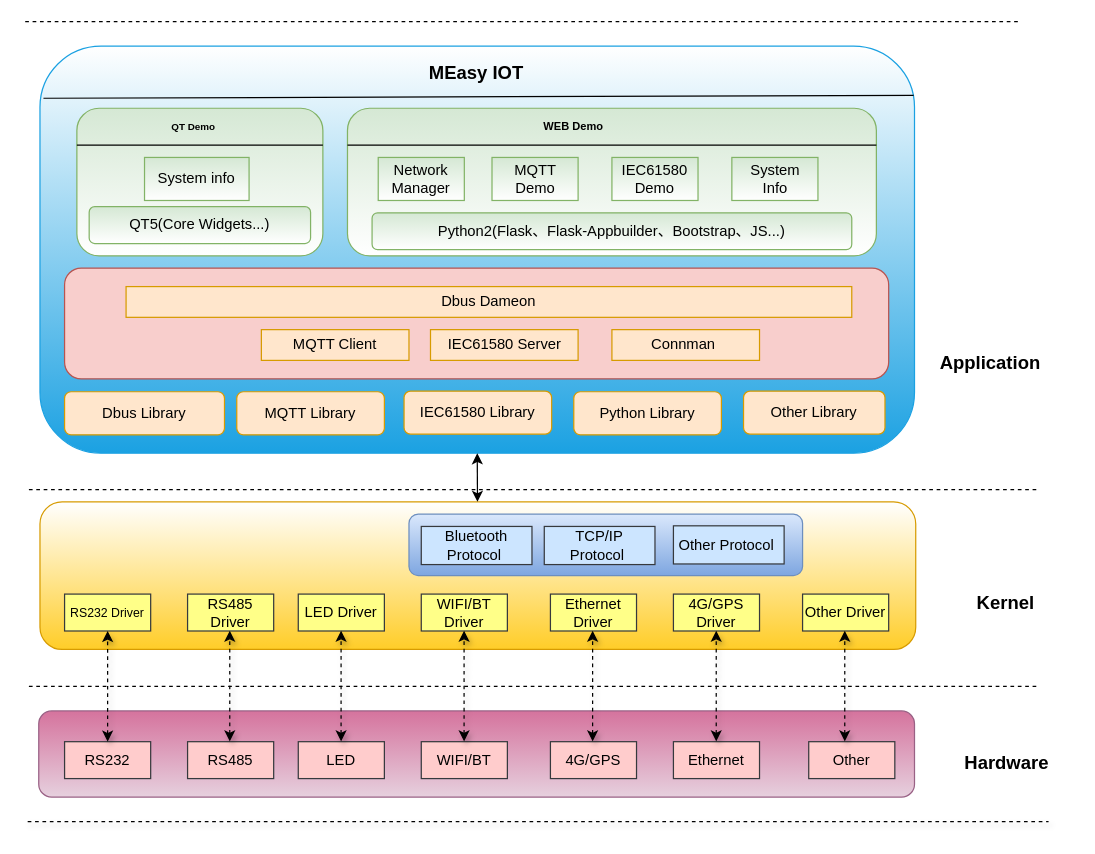
Earlier version of the draw.io diagram iot.drawio (long585/gitlearn). Source tidied: cells renumbered, new cells numbered last; positions are measured from the earlier drawing's top-left corner, leaving out a move shared by most shapes. Both pictures are drawn from the tidied source at 123%, with x=0, y=0 at pixel (21, 21).
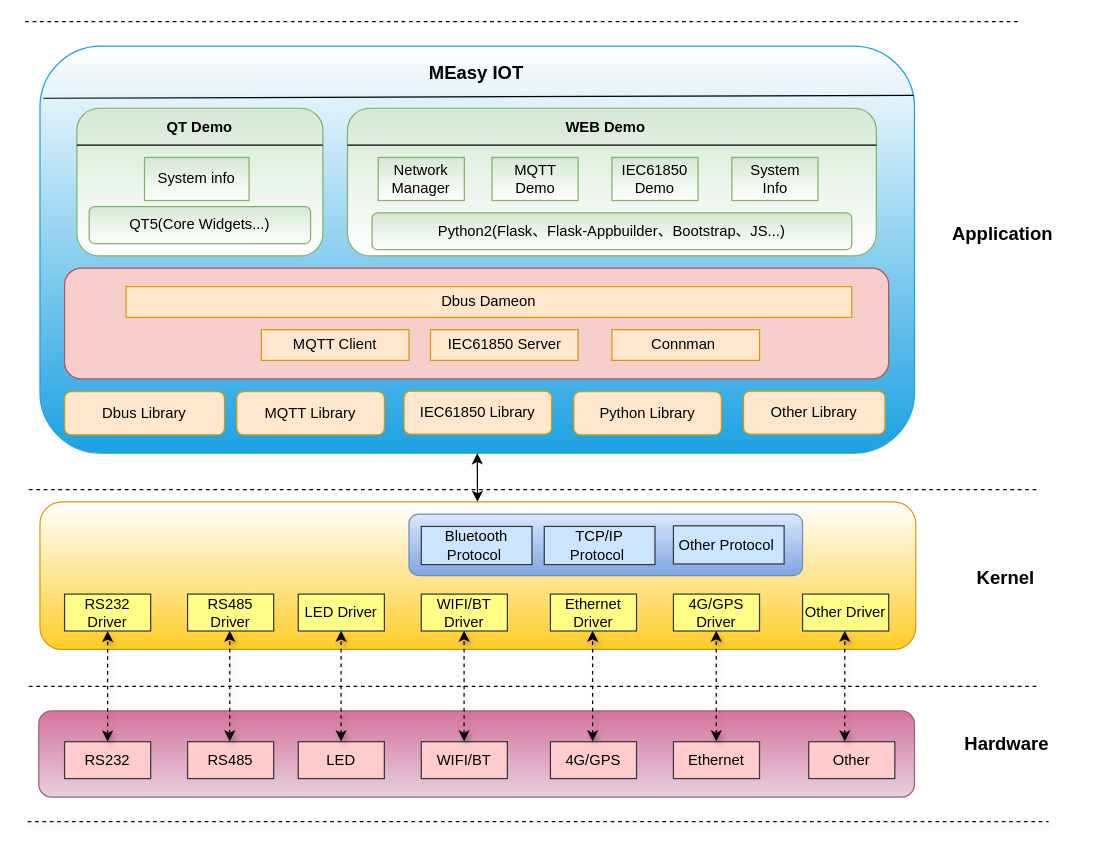
The same diagram, later.

Diff of the diagram source:
```diff
@@
     <mxCell id="16" value="&lt;font style=&quot;font-size: 15px&quot;&gt;&lt;b&gt;Hardware&lt;/b&gt;&lt;/font&gt;" style="text;html=1;align=left;verticalAlign=top;spacingTop=-4;strokeWidth=3;" parent="1" vertex="1">
-      <mxGeometry x="765" y="590.5" width="80" height="20" as="geometry" />
+      <mxGeometry x="765" y="575.5" width="80" height="20" as="geometry" />
     </mxCell>
-    <mxCell id="17" value="&lt;font style=&quot;font-size: 10px&quot;&gt;RS232 Driver&lt;/font&gt;" style="rounded=0;whiteSpace=wrap;html=1;fillColor=#ffff88;strokeColor=#36393d;" parent="1" vertex="1">
+    <mxCell id="17" value="RS232 Driver" style="rounded=0;whiteSpace=wrap;html=1;fillColor=#ffff88;strokeColor=#36393d;" parent="1" vertex="1">
       <mxGeometry x="35" y="465.5" width="70" height="30" as="geometry" />
     </mxCell>
@@
-    <mxCell id="30" value="IEC61580 Library" style="rounded=1;whiteSpace=wrap;html=1;fillColor=#ffe6cc;strokeColor=#d79b00;" parent="1" vertex="1">
+    <mxCell id="30" value="IEC61850 Library" style="rounded=1;whiteSpace=wrap;html=1;fillColor=#ffe6cc;strokeColor=#d79b00;" parent="1" vertex="1">
       <mxGeometry x="311" y="300.5" width="120" height="35" as="geometry" />
     </mxCell>
@@
     <mxCell id="41" value="&lt;font style=&quot;font-size: 15px&quot;&gt;&lt;b&gt;Kernel&lt;/b&gt;&lt;/font&gt;" style="text;html=1;align=left;verticalAlign=top;spacingTop=-4;" parent="1" vertex="1">
-      <mxGeometry x="775" y="460.5" width="60" height="20" as="geometry" />
+      <mxGeometry x="775" y="440.5" width="60" height="20" as="geometry" />
     </mxCell>
     <mxCell id="42" value="&lt;font style=&quot;font-size: 15px&quot;&gt;&lt;b&gt;Application&lt;/b&gt;&lt;/font&gt;" style="text;html=1;align=left;verticalAlign=top;spacingTop=-4;" parent="1" vertex="1">
-      <mxGeometry x="745" y="265.5" width="100" height="20" as="geometry" />
+      <mxGeometry x="755" y="160.5" width="100" height="20" as="geometry" />
     </mxCell>
@@
-    <mxCell id="48" value="IEC61580&lt;br&gt;Demo&lt;br&gt;" style="rounded=0;whiteSpace=wrap;html=1;fillColor=#d5e8d4;strokeColor=#82b366;gradientColor=#ffffff;" parent="1" vertex="1">
+    <mxCell id="48" value="IEC61850&lt;br&gt;Demo" style="rounded=0;whiteSpace=wrap;html=1;fillColor=#d5e8d4;strokeColor=#82b366;gradientColor=#ffffff;" parent="1" vertex="1">
       <mxGeometry x="480" y="110.5" width="70" height="35" as="geometry" />
     </mxCell>
@@
-    <mxCell id="52" value="IEC61580 Server" style="rounded=0;whiteSpace=wrap;html=1;fillColor=#ffe6cc;strokeColor=#d79b00;" parent="1" vertex="1">
+    <mxCell id="52" value="IEC61850 Server" style="rounded=0;whiteSpace=wrap;html=1;fillColor=#ffe6cc;strokeColor=#d79b00;" parent="1" vertex="1">
       <mxGeometry x="332.5" y="250.5" width="120" height="25" as="geometry" />
     </mxCell>
@@
-    <mxCell id="59" value="WEB Demo" style="text;html=1;strokeColor=none;fillColor=none;align=center;verticalAlign=middle;whiteSpace=wrap;rounded=0;fontSize=9;fontStyle=1;" parent="1" vertex="1">
-      <mxGeometry x="405" y="70.5" width="88" height="30" as="geometry" />
-    </mxCell>
-    <mxCell id="60" value="QT Demo" style="text;html=1;strokeColor=none;fillColor=none;align=center;verticalAlign=middle;whiteSpace=wrap;rounded=0;fontSize=8;fontStyle=1;" parent="1" vertex="1">
-      <mxGeometry x="100" y="75.5" width="80" height="20" as="geometry" />
-    </mxCell>
@@
+    <mxCell id="60" value="&lt;b&gt;QT Demo&lt;/b&gt;" style="rounded=0;whiteSpace=wrap;html=1;fillColor=#d5e8d4;strokeColor=#82b366;opacity=0;" parent="1" vertex="1">
+      <mxGeometry x="110" y="76.5" width="70" height="19" as="geometry" />
+    </mxCell>
+    <mxCell id="59" value="&lt;b&gt;WEB Demo&lt;/b&gt;" style="rounded=0;whiteSpace=wrap;html=1;fillColor=#d5e8d4;strokeColor=#82b366;opacity=0;" parent="1" vertex="1">
+      <mxGeometry x="440" y="76.5" width="70" height="19" as="geometry" />
+    </mxCell>
```
